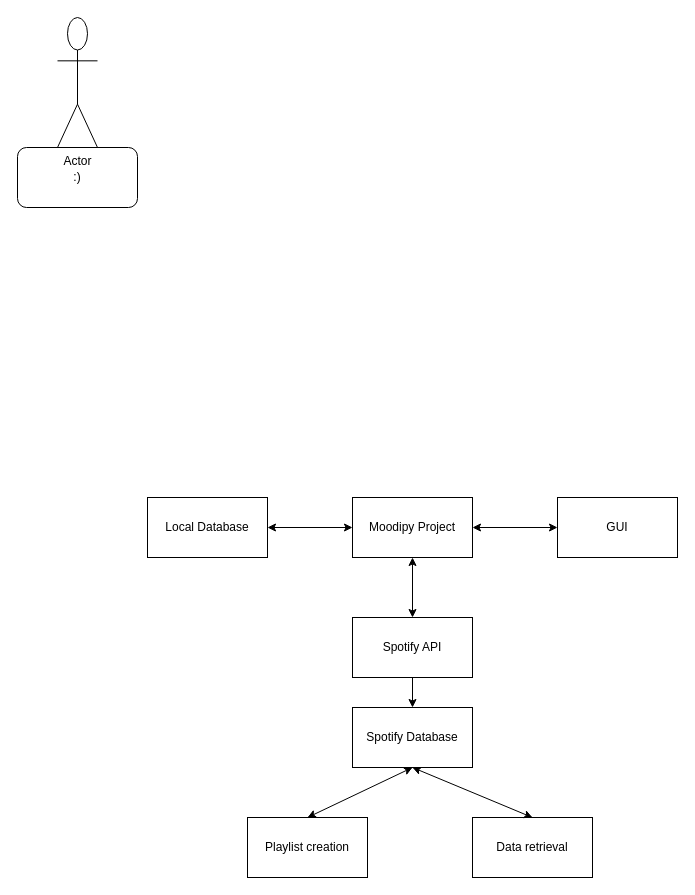
Before: Diagrams/Context/context_model.drawio in stpilks99/moodipy, a draw.io diagram. Source tidied: cells renumbered, new cells numbered last; positions are measured from the earlier drawing's top-left corner, leaving out a move shared by most shapes. Both pictures are drawn from the tidied source at 100%, with x=0, y=0 at pixel (17, 17).
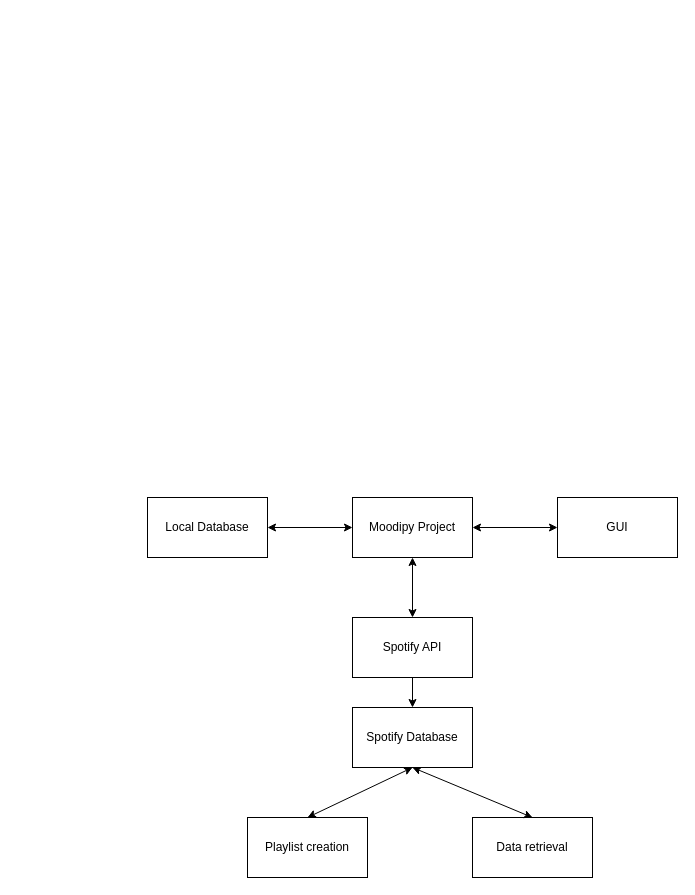
Above is the later version.

What changed in the source:
```diff
@@
 <mxGraphModel>
   <root>
     <mxCell id="0" />
     <mxCell id="1" parent="0" />
     <mxCell id="2" value="Moodipy Project" style="rounded=0;whiteSpace=wrap;html=1;" parent="1" vertex="1">
       <mxGeometry x="335" y="480" width="120" height="60" as="geometry" />
     </mxCell>
-    <mxCell id="3" value=":)" style="rounded=1;whiteSpace=wrap;html=1;" parent="1" vertex="1">
-      <mxGeometry y="130" width="120" height="60" as="geometry" />
-    </mxCell>
-    <mxCell id="4" value="Actor" style="shape=umlActor;verticalLabelPosition=bottom;labelBackgroundColor=#ffffff;verticalAlign=top;html=1;" parent="1" vertex="1">
-      <mxGeometry x="40" width="40" height="130" as="geometry" />
-    </mxCell>
     <mxCell id="5" value="GUI" style="rounded=0;whiteSpace=wrap;html=1;" parent="1" vertex="1">
       <mxGeometry x="540" y="480" width="120" height="60" as="geometry" />
     </mxCell>
     <mxCell id="6" value="Local Database" style="rounded=0;whiteSpace=wrap;html=1;" parent="1" vertex="1">
       <mxGeometry x="130" y="480" width="120" height="60" as="geometry" />
     </mxCell>
     <mxCell id="7" value="Spotify API" style="rounded=0;whiteSpace=wrap;html=1;" parent="1" vertex="1">
       <mxGeometry x="335" y="600" width="120" height="60" as="geometry" />
     </mxCell>
     <mxCell id="8" style="endArrow=classic;startArrow=classic;html=1;entryX=0;entryY=0.5;entryDx=0;entryDy=0;exitX=1;exitY=0.5;exitDx=0;exitDy=0;" parent="1" edge="1" source="2" target="5">
       <mxGeometry relative="1" as="geometry" />
     </mxCell>
     <mxCell id="9" style="endArrow=classic;startArrow=classic;html=1;exitX=1;exitY=0.5;exitDx=0;exitDy=0;" parent="1" edge="1" source="6">
       <mxGeometry relative="1" as="geometry">
         <mxPoint x="335" y="510" as="targetPoint" />
       </mxGeometry>
     </mxCell>
     <mxCell id="10" style="endArrow=classic;startArrow=classic;html=1;entryX=0.5;entryY=1;entryDx=0;entryDy=0;exitX=0.5;exitY=0;exitDx=0;exitDy=0;" parent="1" edge="1" source="7" target="2">
       <mxGeometry relative="1" as="geometry" />
     </mxCell>
     <mxCell id="11" value="Data retrieval" style="rounded=0;whiteSpace=wrap;html=1;" parent="1" vertex="1">
       <mxGeometry x="455" y="800" width="120" height="60" as="geometry" />
     </mxCell>
     <mxCell id="12" value="Playlist creation" style="rounded=0;whiteSpace=wrap;html=1;" parent="1" vertex="1">
       <mxGeometry x="230" y="800" width="120" height="60" as="geometry" />
     </mxCell>
     <mxCell id="13" style="endArrow=classic;startArrow=classic;html=1;exitX=0.5;exitY=0;exitDx=0;exitDy=0;entryX=0.5;entryY=1;entryDx=0;entryDy=0;" parent="1" edge="1" source="12" target="15">
       <mxGeometry relative="1" as="geometry" />
     </mxCell>
     <mxCell id="14" style="endArrow=classic;startArrow=classic;html=1;exitX=0.5;exitY=0;exitDx=0;exitDy=0;entryX=0.5;entryY=1;entryDx=0;entryDy=0;" parent="1" edge="1" source="11" target="15">
       <mxGeometry relative="1" as="geometry" />
     </mxCell>
     <mxCell id="15" value="Spotify Database" style="rounded=0;whiteSpace=wrap;html=1;" parent="1" vertex="1">
       <mxGeometry x="335" y="690" width="120" height="60" as="geometry" />
     </mxCell>
     <mxCell id="16" style="endArrow=classic;html=1;entryX=0.5;entryY=0;entryDx=0;entryDy=0;exitX=0.5;exitY=1;exitDx=0;exitDy=0;" parent="1" edge="1" source="7" target="15">
       <mxGeometry relative="1" as="geometry" />
     </mxCell>
   </root>
 </mxGraphModel>
```
